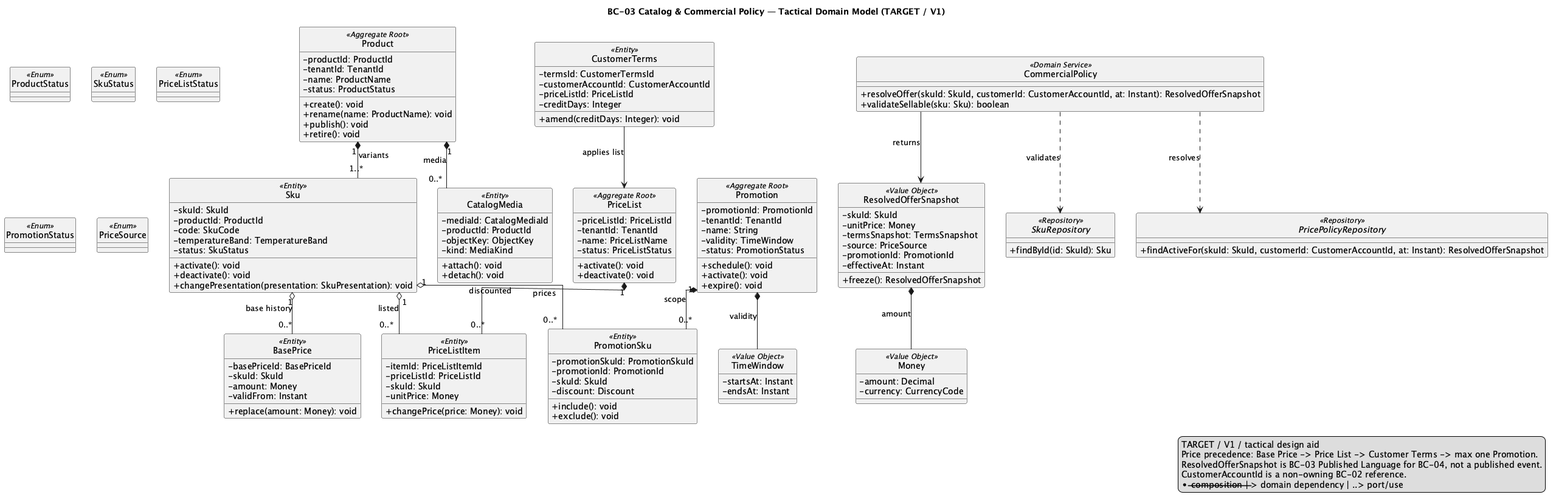
Above: 01-shared/domain/bounded-contexts/BC-03-catalog-commercial-policy/diagrams/BC03_CatalogCommercialPolicy.png in nexa-suite/blueprint (PlantUML), before the change.
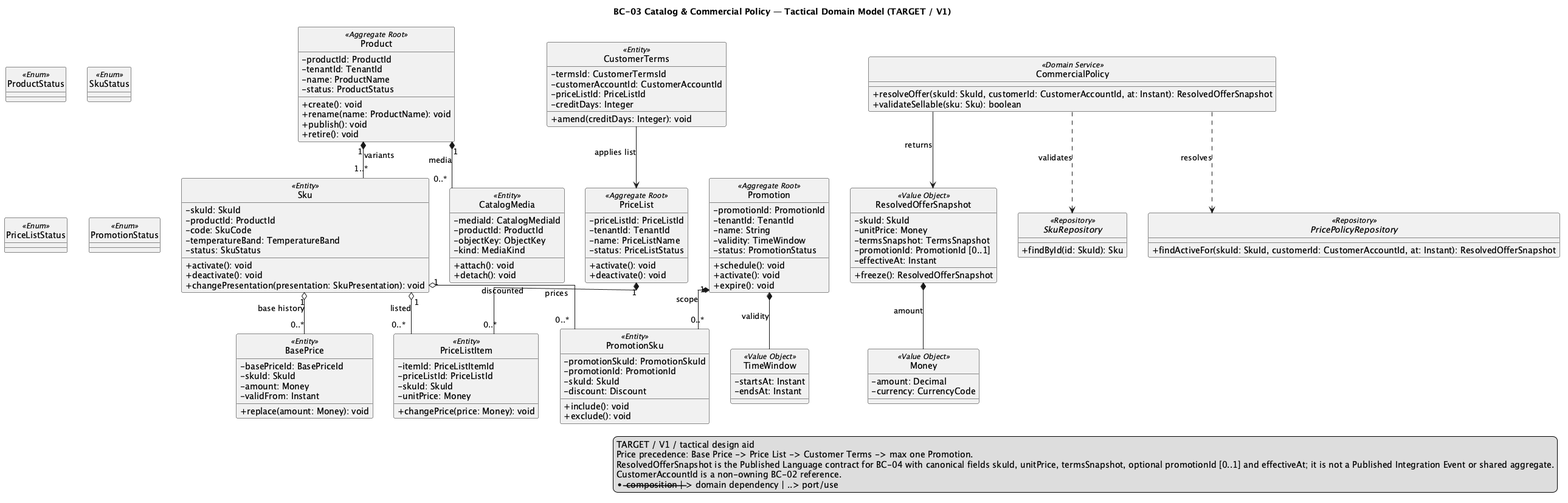
Above is the later version.

What changed in the source:
```diff
@@ -98,8 +98,7 @@
   -skuId: SkuId
   -unitPrice: Money
   -termsSnapshot: TermsSnapshot
-  -source: PriceSource
-  -promotionId: PromotionId
+  -promotionId: PromotionId [0..1]
   -effectiveAt: Instant
   +freeze(): ResolvedOfferSnapshot
 }
@@ -126,8 +125,6 @@
 enum SkuStatus <<Enum>>
 enum PriceListStatus <<Enum>>
 enum PromotionStatus <<Enum>>
-enum PriceSource <<Enum>>
-
 Product "1" *-- "1..*" Sku : variants
 Product "1" *-- "0..*" CatalogMedia : media
 PriceList "1" *-- "0..*" PriceListItem : prices
@@ -145,7 +142,7 @@
 legend right
 TARGET / V1 / tactical design aid
 Price precedence: Base Price -> Price List -> Customer Terms -> max one Promotion.
-ResolvedOfferSnapshot is BC-03 Published Language for BC-04, not a published event.
+ResolvedOfferSnapshot is the Published Language contract for BC-04 with canonical fields skuId, unitPrice, termsSnapshot, optional promotionId [0..1] and effectiveAt; it is not a Published Integration Event or shared aggregate.
 CustomerAccountId is a non-owning BC-02 reference.
 *-- composition | --> domain dependency | ..> port/use
 endlegend
```
